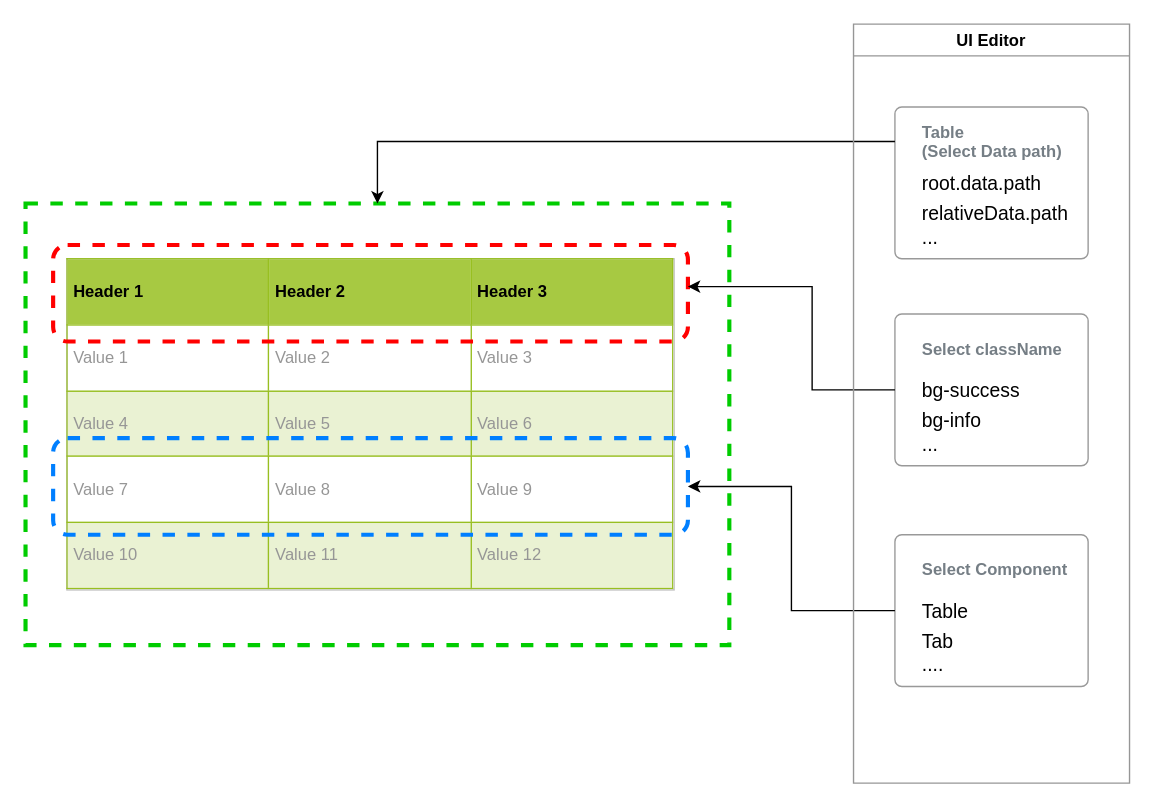
Before: docs/ui-editor.drawio in eisgroup/ui-render, a draw.io diagram. Source tidied: cells renumbered, new cells numbered last; positions are measured from the earlier drawing's top-left corner, leaving out a move shared by most shapes. Both pictures are drawn from the tidied source at 138%, with x=0, y=0 at pixel (25, 23).
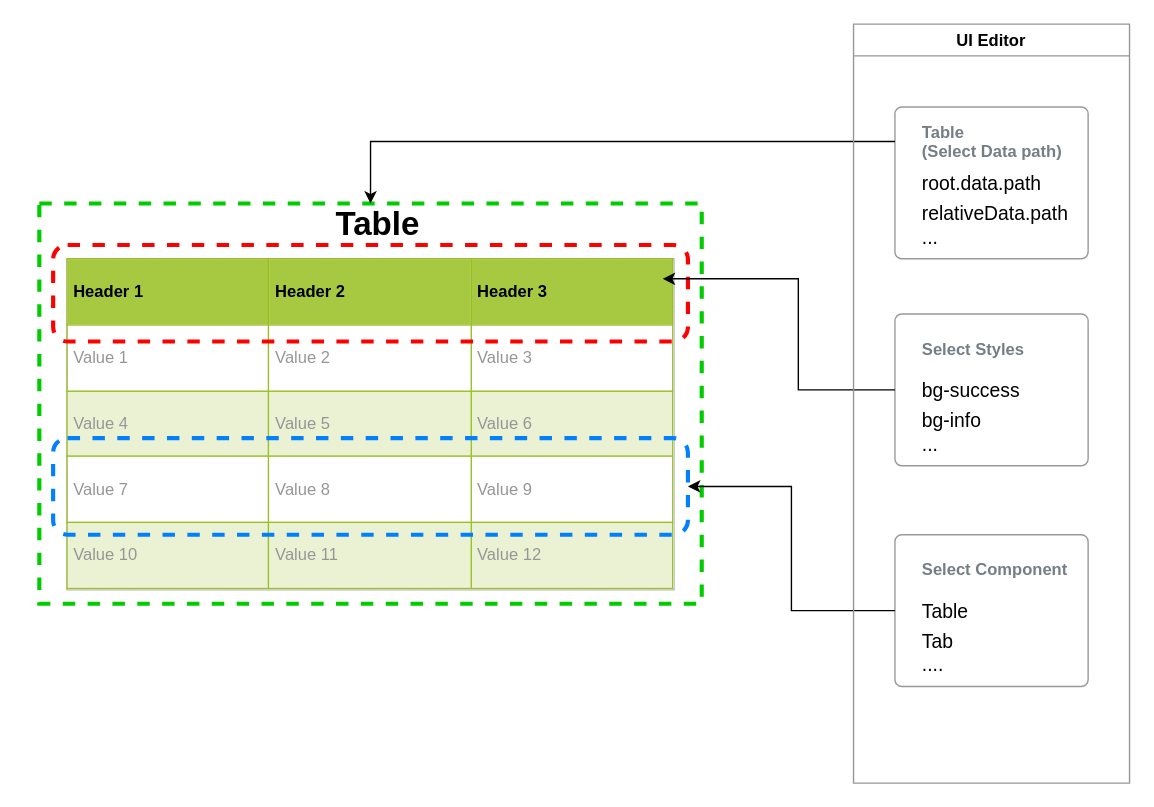
After the change.

Commit message (it also covers changes not shown here):
rename noContainer + style.md + add translations + ui-editor update

The change refers to these unchanged cells:
```xml
<mxCell id="11" style="html=1;shadow=0;dashed=0;shape=mxgraph.bootstrap.rrect;rSize=5;fillColor=#ffffff;strokeColor=#999999;fontColor=#000000;" parent="1" vertex="1">
  <mxGeometry x="630" y="210" width="140" height="110" as="geometry" />
</mxCell>
```

Change to the diagram source:
```diff
@@
     <mxCell id="2" style="rounded=0;whiteSpace=wrap;html=1;fontColor=#000000;fillColor=none;strokeColor=#00CC00;dashed=1;strokeWidth=3;" parent="1" vertex="1">
-      <mxGeometry y="130" width="510" height="320" as="geometry" />
+      <mxGeometry x="10" y="130" width="480" height="290" as="geometry" />
     </mxCell>
@@
-    <mxCell id="12" value="Select className" style="fillColor=none;strokeColor=none;align=left;spacing=20;fontSize=12;fontColor=#757E85;fontStyle=1;dashed=1;" parent="11" vertex="1">
+    <mxCell id="12" value="Select Styles" style="fillColor=none;strokeColor=none;align=left;spacing=20;fontSize=12;fontColor=#757E85;fontStyle=1;dashed=1;" parent="11" vertex="1">
       <mxGeometry width="140" height="30" relative="1" as="geometry">
         <mxPoint y="10" as="offset" />
       </mxGeometry>
     </mxCell>
@@
+    <mxCell id="25" value="Table" style="text;strokeColor=none;fillColor=none;html=1;fontSize=24;fontStyle=1;verticalAlign=middle;align=center;" parent="1" vertex="1">
+      <mxGeometry x="205" y="125" width="100" height="40" as="geometry" />
+    </mxCell>
```
